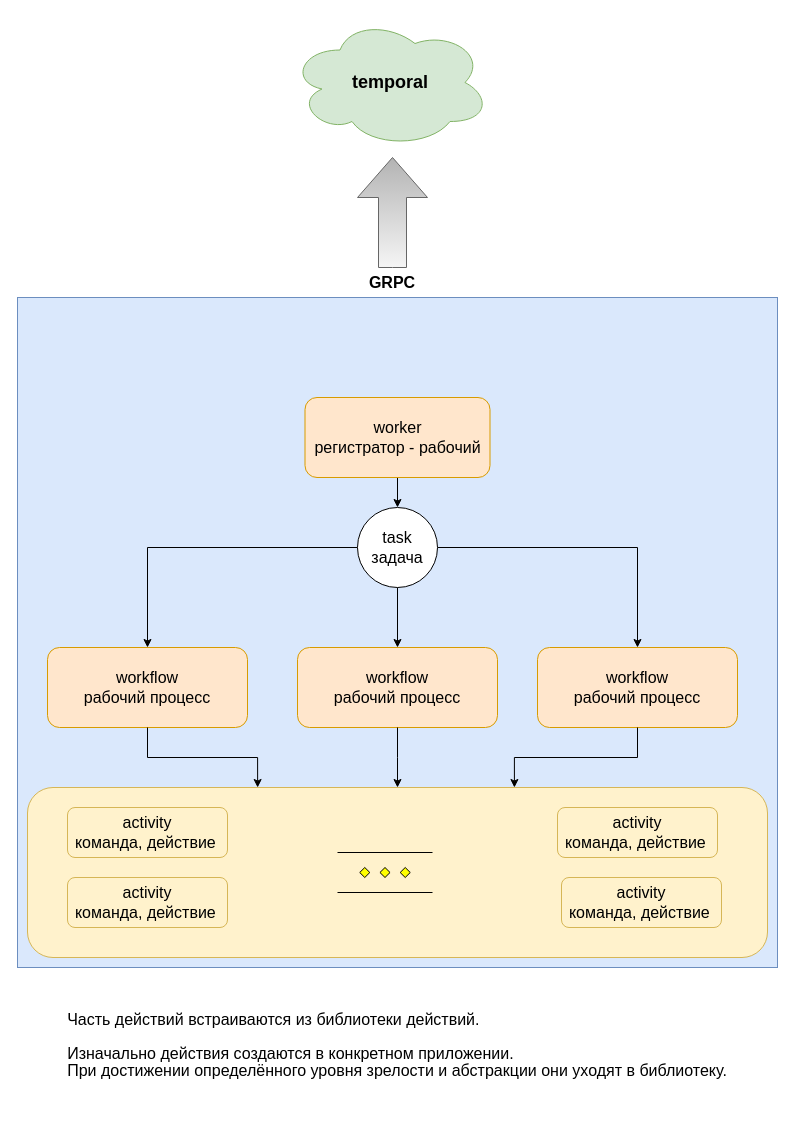
Earlier version of the draw.io diagram doc/temporal2.drawio (kshamiev/temporalapp). Source tidied: cells renumbered, new cells numbered last; positions are measured from the earlier drawing's top-left corner, leaving out a move shared by most shapes. Both pictures are drawn from the tidied source at 100%, with x=0, y=0 at pixel (17, 17).
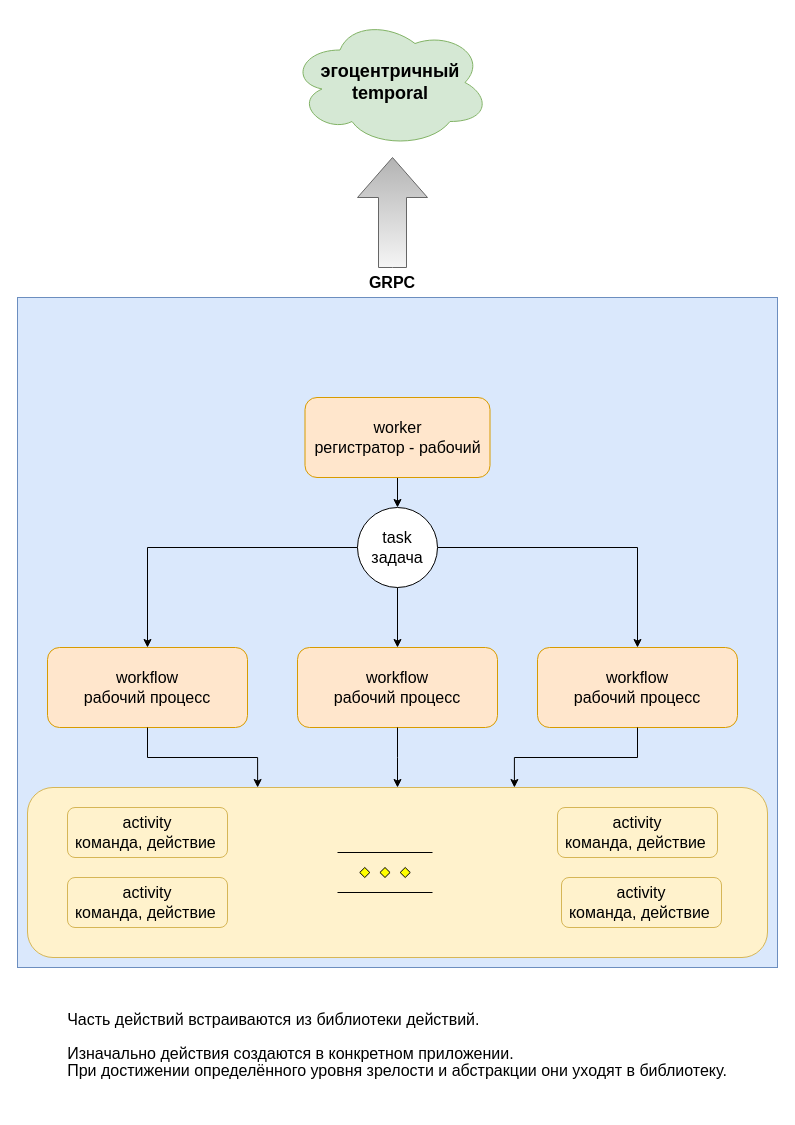
After the change.

Diff of the diagram source:
```diff
@@
-    <mxCell id="13" value="&lt;font style=&quot;font-size: 18px;&quot;&gt;&lt;b&gt;temporal&lt;/b&gt;&lt;/font&gt;" style="ellipse;shape=cloud;whiteSpace=wrap;html=1;fillColor=#d5e8d4;strokeColor=#82b366;" parent="1" vertex="1">
+    <mxCell id="13" value="&lt;font style=&quot;font-size: 18px;&quot;&gt;&lt;b&gt;эгоцентричный temporal&lt;/b&gt;&lt;/font&gt;" style="ellipse;shape=cloud;whiteSpace=wrap;html=1;fillColor=#d5e8d4;strokeColor=#82b366;" parent="1" vertex="1">
       <mxGeometry x="272.5" width="200" height="130" as="geometry" />
     </mxCell>
```
